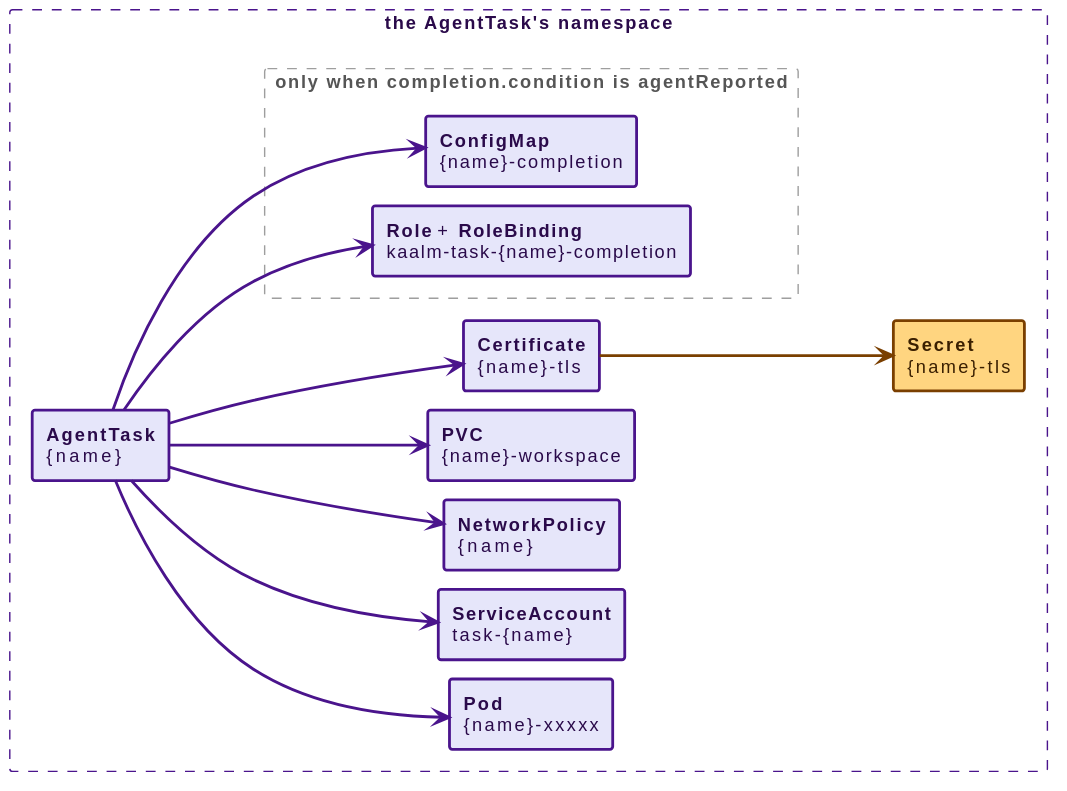
This is docs/src/diagrams/child-resource-ownership-task.svg from win07xp/kaalm, a PlantUML export, as it was before one commit.
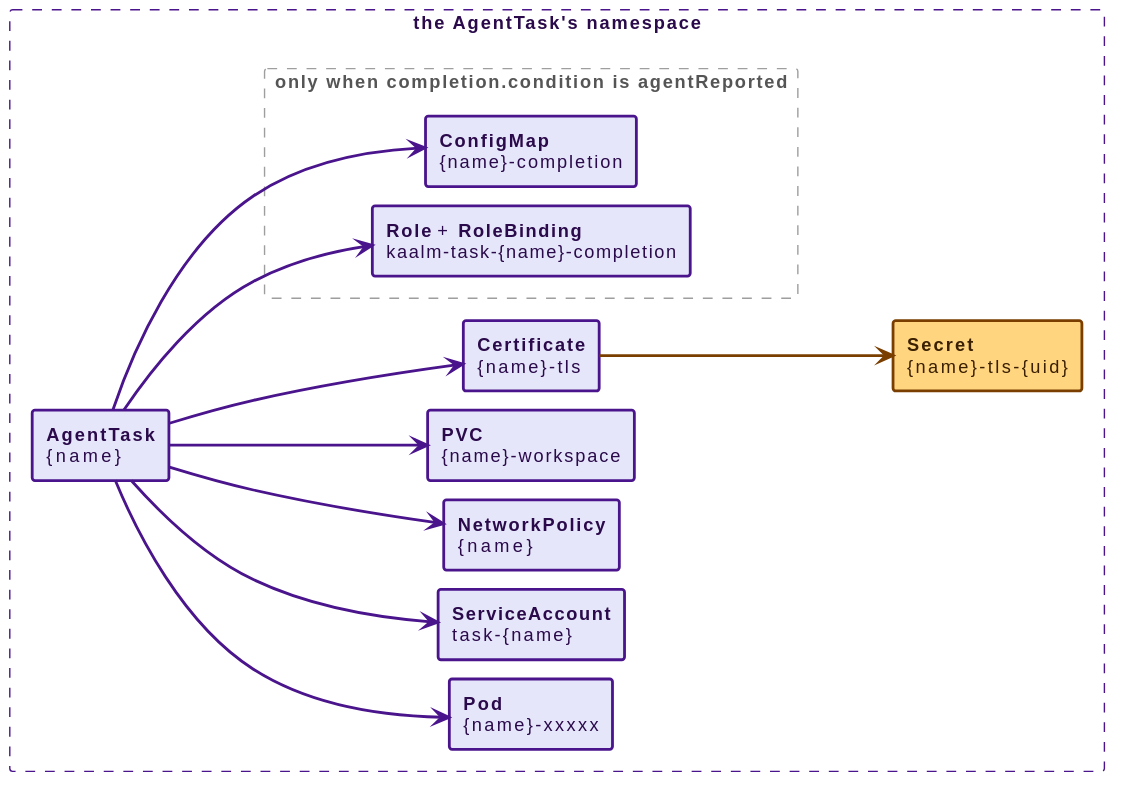
Later version of the same file.

Commit message:
docs: describe the UID-suffixed workload TLS Secret name

Change to the diagram source:
```diff
@@ -15,7 +15,7 @@
   rectangle "**NetworkPolicy**\n{name}" as np #back:E6E6FA;line:4A148C;line.bold;text:2a0a4a
   rectangle "**PVC**\n{name}-workspace" as pvc #back:E6E6FA;line:4A148C;line.bold;text:2a0a4a
   rectangle "**Certificate**\n{name}-tls" as cert #back:E6E6FA;line:4A148C;line.bold;text:2a0a4a
-  rectangle "**Secret**\n{name}-tls" as secret #back:FFD580;line:7a3f00;line.bold;text:3a1f00
+  rectangle "**Secret**\n{name}-tls-{uid}" as secret #back:FFD580;line:7a3f00;line.bold;text:3a1f00
   rectangle "only when completion.condition is agentReported" as reported #line:9E9E9E;line.dashed;text:555555 {
     rectangle "**ConfigMap**\n{name}-completion" as cm #back:E6E6FA;line:4A148C;line.bold;text:2a0a4a
     rectangle "**Role** + **RoleBinding**\nkaalm-task-{name}-completion" as rbac #back:E6E6FA;line:4A148C;line.bold;text:2a0a4a
```
